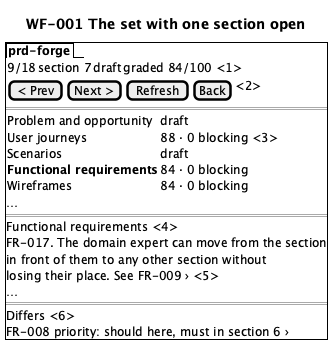
Before: docs/prd/prd-forge/diagrams/WF-001.png, a diagram exported from PlantUML (SpillwaveSolutions/prd-forge).
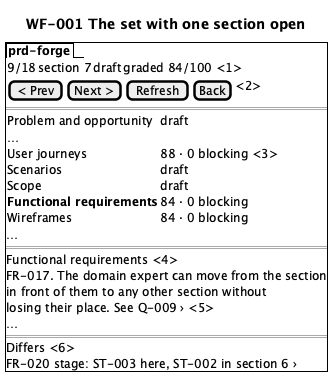
After the commit.

Change to the diagram source:
```diff
@@ -9,8 +9,10 @@
   ==
   {
     Problem and opportunity | draft
+    … | .
     User journeys | 88 · 0 blocking <3>
     Scenarios | draft
+    Scope | draft
     <b>Functional requirements | 84 · 0 blocking
     Wireframes | 84 · 0 blocking
   }
@@ -19,10 +21,10 @@
   Functional requirements <4>
   FR-017. The domain expert can move from the section
   in front of them to any other section without
-  losing their place. See FR-009 › <5>
+  losing their place. See Q-009 › <5>
   …
   ==
   Differs <6>
-  FR-008 priority: should here, must in section 6 ›
+  FR-020 stage: ST-003 here, ST-002 in section 6 ›
 }
 @endsalt
```
